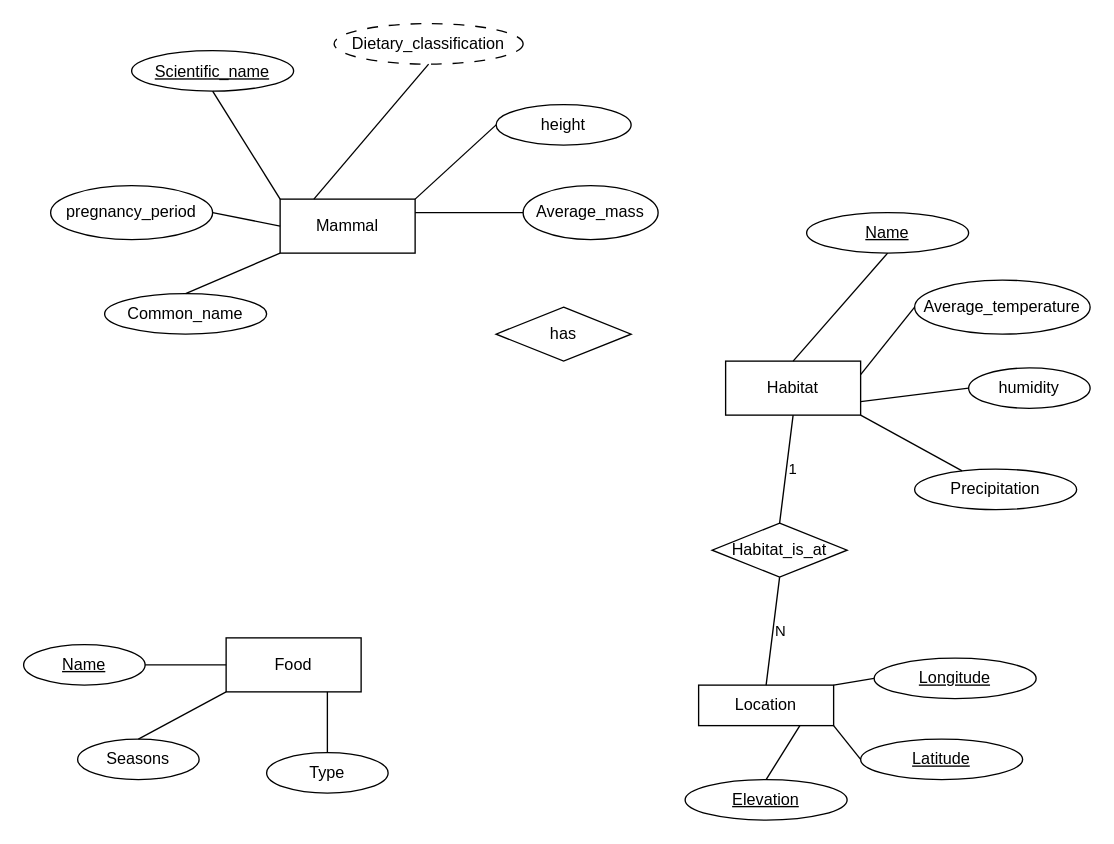
The draw.io diagram Untitled Diagram.drawio in KarrimorRifle/ERD, before the edit. Source tidied: cells renumbered, new cells numbered last; positions are measured from the earlier drawing's top-left corner, leaving out a move shared by most shapes. Both pictures are drawn from the tidied source at 135%, with x=0, y=0 at pixel (23, 23).
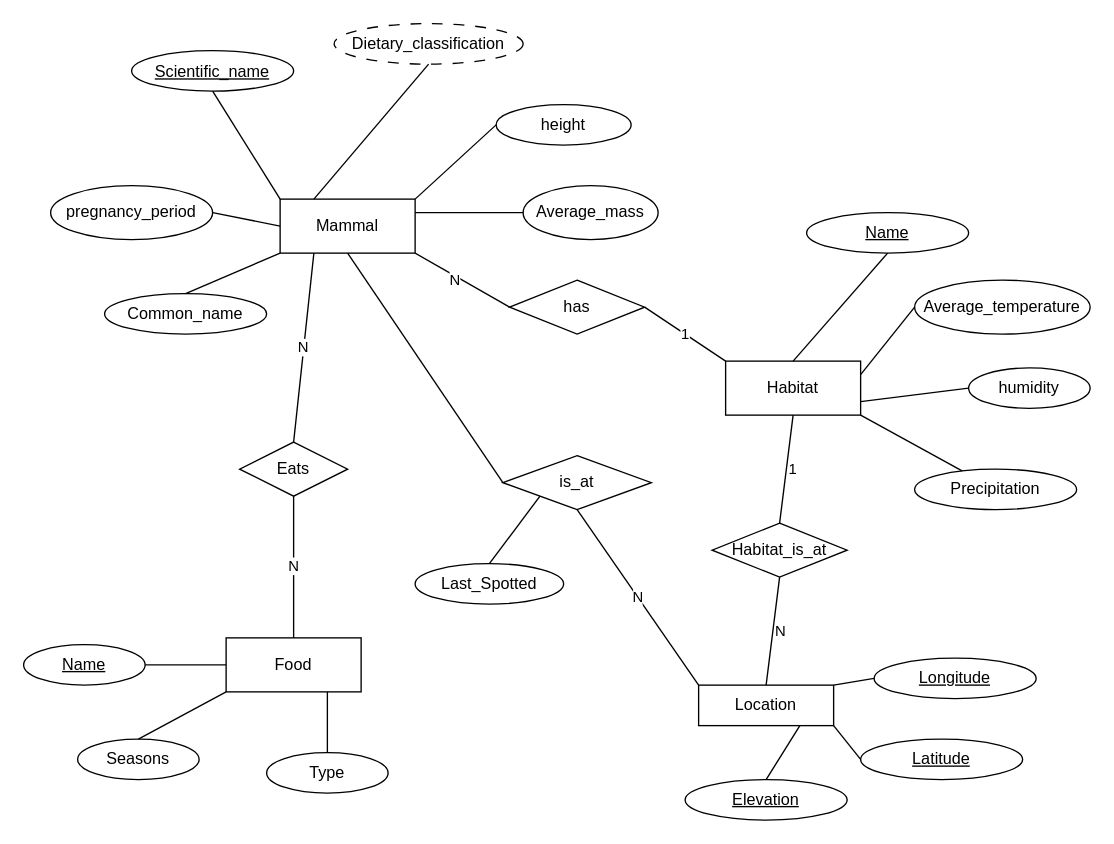
Above is the later version.

Unchanged cells that the change refers to:
```xml
<mxCell id="2" value="Mammal" style="rounded=0;whiteSpace=wrap;html=1;" parent="1" vertex="1">
  <mxGeometry x="190" y="130" width="100" height="40" as="geometry" />
</mxCell>
<mxCell id="3" value="Habitat" style="rounded=0;whiteSpace=wrap;html=1;" parent="1" vertex="1">
  <mxGeometry x="520" y="250" width="100" height="40" as="geometry" />
</mxCell>
<mxCell id="4" value="Food" style="rounded=0;whiteSpace=wrap;html=1;" parent="1" vertex="1">
  <mxGeometry x="150" y="455" width="100" height="40" as="geometry" />
</mxCell>
<mxCell id="22" value="Location" style="rounded=0;whiteSpace=wrap;html=1;" parent="1" vertex="1">
  <mxGeometry x="500" y="490" width="100" height="30" as="geometry" />
</mxCell>
```

Change to the diagram source:
```diff
@@
     <mxCell id="42" value="has" style="rhombus;whiteSpace=wrap;html=1;" parent="1" vertex="1">
-      <mxGeometry x="350" y="210" width="100" height="40" as="geometry" />
+      <mxGeometry x="360" y="190" width="100" height="40" as="geometry" />
     </mxCell>
+    <mxCell id="43" value="&lt;div style=&quot;&quot;&gt;N&lt;/div&gt;" style="endArrow=none;html=1;rounded=0;entryX=1;entryY=1;entryDx=0;entryDy=0;exitX=0;exitY=0.5;exitDx=0;exitDy=0;align=right;" parent="1" edge="1" source="42" target="2">
+      <mxGeometry relative="1" as="geometry" />
+    </mxCell>
+    <mxCell id="44" value="1" style="endArrow=none;html=1;rounded=0;entryX=1;entryY=0.5;entryDx=0;entryDy=0;exitX=0;exitY=0;exitDx=0;exitDy=0;" parent="1" edge="1" source="3" target="42">
+      <mxGeometry relative="1" as="geometry" />
+    </mxCell>
+    <mxCell id="45" value="is_at" style="rhombus;whiteSpace=wrap;html=1;" parent="1" vertex="1">
+      <mxGeometry x="355" y="320" width="110" height="40" as="geometry" />
+    </mxCell>
+    <mxCell id="46" style="endArrow=none;html=1;rounded=0;entryX=0.5;entryY=1;entryDx=0;entryDy=0;exitX=0;exitY=0.5;exitDx=0;exitDy=0;" parent="1" edge="1" source="45" target="2">
+      <mxGeometry relative="1" as="geometry" />
+    </mxCell>
+    <mxCell id="47" value="N" style="endArrow=none;html=1;rounded=0;entryX=0.5;entryY=1;entryDx=0;entryDy=0;exitX=0;exitY=0;exitDx=0;exitDy=0;" parent="1" edge="1" source="22" target="45">
+      <mxGeometry relative="1" as="geometry" />
+    </mxCell>
+    <mxCell id="48" value="Eats" style="rhombus;whiteSpace=wrap;html=1;" parent="1" vertex="1">
+      <mxGeometry x="160" y="310" width="80" height="40" as="geometry" />
+    </mxCell>
+    <mxCell id="49" value="N" style="endArrow=none;html=1;rounded=0;entryX=0.25;entryY=1;entryDx=0;entryDy=0;exitX=0.5;exitY=0;exitDx=0;exitDy=0;" parent="1" edge="1" source="48" target="2">
+      <mxGeometry relative="1" as="geometry" />
+    </mxCell>
+    <mxCell id="50" value="N" style="endArrow=none;html=1;rounded=0;entryX=0.5;entryY=1;entryDx=0;entryDy=0;exitX=0.5;exitY=0;exitDx=0;exitDy=0;" parent="1" edge="1" source="4" target="48">
+      <mxGeometry relative="1" as="geometry" />
+    </mxCell>
+    <mxCell id="51" value="Last_Spotted" style="ellipse;whiteSpace=wrap;html=1;" parent="1" vertex="1">
+      <mxGeometry x="290" y="400" width="110" height="30" as="geometry" />
+    </mxCell>
+    <mxCell id="52" style="endArrow=none;html=1;rounded=0;entryX=0;entryY=1;entryDx=0;entryDy=0;exitX=0.5;exitY=0;exitDx=0;exitDy=0;" parent="1" edge="1" source="51" target="45">
+      <mxGeometry relative="1" as="geometry" />
+    </mxCell>
```
